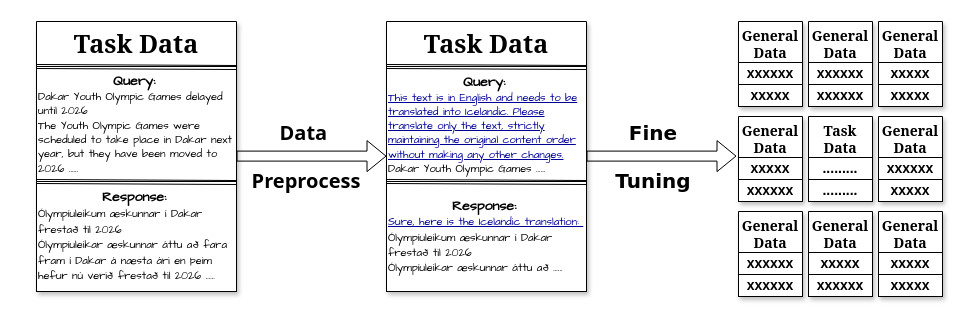
Above: Graphs/2.drawio in whenwedream/TELL (draw.io), before the change. Source tidied: cells renumbered, new cells numbered last; positions are measured from the earlier drawing's top-left corner, leaving out a move shared by most shapes. Both pictures are drawn from the tidied source at 100%, with x=0, y=0 at pixel (36, 21).
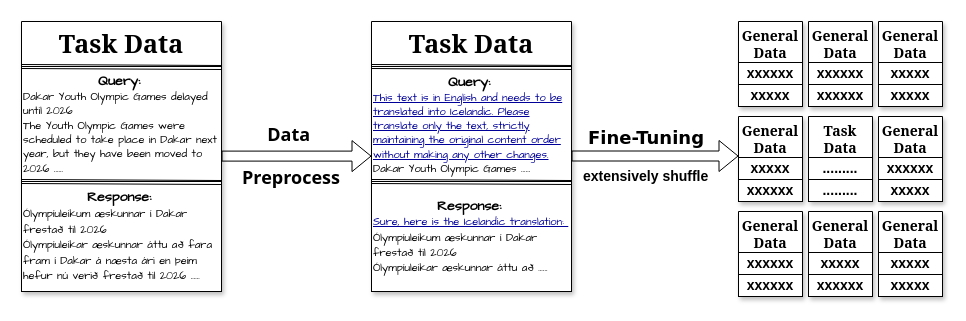
The same diagram, later.

What changed in the source:
```diff
@@
+    <mxCell id="11" value="&lt;b style=&quot;font-size: 18px;&quot;&gt;Fine-&lt;/b&gt;&lt;b style=&quot;font-size: 18px;&quot;&gt;Tuning&lt;/b&gt;" style="rounded=0;whiteSpace=wrap;html=1;strokeColor=none;fontFamily=Verdana;fontSize=18;" parent="1" vertex="1">
+      <mxGeometry x="545" y="106" width="130" height="20" as="geometry" />
+    </mxCell>
-    <mxCell id="2" value="&lt;font style=&quot;font-size: 20px;&quot;&gt;&lt;span style=&quot;font-size: 20px;&quot;&gt;Data&amp;nbsp;&lt;/span&gt;&lt;/font&gt;&lt;div style=&quot;font-size: 20px;&quot;&gt;&lt;font style=&quot;font-size: 20px;&quot;&gt;&lt;span style=&quot;font-size: 20px;&quot;&gt;&lt;br style=&quot;font-size: 20px;&quot;&gt;&lt;/span&gt;&lt;/font&gt;&lt;/div&gt;&lt;div style=&quot;font-size: 20px;&quot;&gt;&lt;font style=&quot;font-size: 20px;&quot;&gt;&lt;span style=&quot;font-size: 20px;&quot;&gt;Preprocess&lt;/span&gt;&lt;/font&gt;&lt;/div&gt;" style="rounded=0;whiteSpace=wrap;html=1;strokeColor=none;fontFamily=Tahoma;fontSize=20;fontStyle=1;" parent="1" vertex="1">
-      <mxGeometry x="210" y="130" width="120" height="10" as="geometry" />
+    <mxCell id="2" value="&lt;font style=&quot;font-size: 18px;&quot;&gt;&lt;span style=&quot;font-size: 18px;&quot;&gt;Data&amp;nbsp;&lt;/span&gt;&lt;/font&gt;&lt;div style=&quot;font-size: 18px;&quot;&gt;&lt;font style=&quot;font-size: 18px;&quot;&gt;&lt;span style=&quot;font-size: 18px;&quot;&gt;&lt;br style=&quot;font-size: 18px;&quot;&gt;&lt;/span&gt;&lt;/font&gt;&lt;/div&gt;&lt;div style=&quot;font-size: 18px;&quot;&gt;&lt;font style=&quot;font-size: 18px;&quot;&gt;&lt;span style=&quot;font-size: 18px;&quot;&gt;Preprocess&lt;/span&gt;&lt;/font&gt;&lt;/div&gt;" style="rounded=0;whiteSpace=wrap;html=1;strokeColor=none;fontFamily=Tahoma;fontSize=18;fontStyle=1;" parent="1" vertex="1">
+      <mxGeometry x="195" y="130" width="120" height="10" as="geometry" />
     </mxCell>
     <mxCell id="3" value="&lt;b style=&quot;font-size: 25px;&quot;&gt;&lt;font style=&quot;font-size: 25px; font-style: normal;&quot;&gt;Task Data&lt;/font&gt;&lt;/b&gt;" style="shape=note;size=0;whiteSpace=wrap;html=1;align=center;verticalAlign=top;fontSize=25;fontFamily=Georgia;shadow=1;fontStyle=2;strokeColor=#000000;strokeWidth=1;" parent="1" vertex="1">
-      <mxGeometry width="200" height="270" as="geometry" />
+      <mxGeometry x="-15" width="200" height="270" as="geometry" />
     </mxCell>
     <mxCell id="4" value="&lt;div style=&quot;text-align: center; font-size: 14px;&quot;&gt;&lt;span style=&quot;background-color: initial;&quot;&gt;&lt;b&gt;&lt;font style=&quot;font-size: 14px;&quot;&gt;Query&lt;/font&gt;:&amp;nbsp;&lt;/b&gt;&lt;/span&gt;&lt;/div&gt;&lt;div style=&quot;font-size: 11px; line-height: 130%;&quot;&gt;&lt;font style=&quot;font-size: 11px;&quot;&gt;Dakar Youth Olympic Games delayed until 2026&lt;/font&gt;&lt;/div&gt;&lt;div style=&quot;font-size: 11px; line-height: 130%;&quot;&gt;&lt;font style=&quot;font-size: 11px;&quot;&gt;The Youth Olympic Games were scheduled to take place in Dakar next year, but they have been moved to 2026 ......&lt;/font&gt;&lt;/div&gt;" style="whiteSpace=wrap;html=1;align=left;fontFamily=Comic Sans MS;textShadow=0;strokeColor=default;strokeWidth=1;verticalAlign=middle;" parent="1" vertex="1">
-      <mxGeometry y="45" width="200" height="115" as="geometry" />
+      <mxGeometry x="-15" y="45" width="200" height="115" as="geometry" />
     </mxCell>
     <mxCell id="5" value="&lt;div style=&quot;text-align: center;&quot;&gt;&lt;b style=&quot;font-size: 14px; font-family: &amp;quot;Comic Sans MS&amp;quot;; background-color: initial;&quot;&gt;Response:&amp;nbsp;&lt;/b&gt;&lt;/div&gt;&lt;div style=&quot;line-height: 130%;&quot;&gt;&lt;font face=&quot;Comic Sans MS&quot;&gt;&lt;span style=&quot;font-size: 11px;&quot;&gt;Ólympíuleikum æskunnar í Dakar frestað til 2026&lt;/span&gt;&lt;/font&gt;&lt;/div&gt;&lt;div style=&quot;line-height: 130%;&quot;&gt;&lt;font face=&quot;Comic Sans MS&quot;&gt;&lt;span style=&quot;font-size: 11px;&quot;&gt;Ólympíuleikar æskunnar áttu að fara fram í Dakar á næsta ári en þeim hefur nú verið frestað til 2026 ......&lt;/span&gt;&lt;/font&gt;&lt;br&gt;&lt;/div&gt;" style="whiteSpace=wrap;html=1;align=left;textShadow=0;" parent="1" vertex="1">
-      <mxGeometry y="160" width="200" height="110" as="geometry" />
+      <mxGeometry x="-15" y="160" width="200" height="110" as="geometry" />
     </mxCell>
     <mxCell id="6" style="shape=link;html=1;rounded=0;entryX=1;entryY=1;entryDx=0;entryDy=0;strokeColor=default;labelBackgroundColor=#000000;" parent="1" edge="1">
       <mxGeometry relative="1" as="geometry">
-        <mxPoint y="45" as="sourcePoint" />
-        <mxPoint x="200" y="46" as="targetPoint" />
+        <mxPoint x="-15" y="45" as="sourcePoint" />
+        <mxPoint x="185" y="46" as="targetPoint" />
       </mxGeometry>
     </mxCell>
     <mxCell id="7" style="shape=link;html=1;rounded=0;entryX=1;entryY=1;entryDx=0;entryDy=0;strokeColor=default;labelBackgroundColor=#000000;" parent="1" edge="1">
       <mxGeometry relative="1" as="geometry">
-        <mxPoint y="160" as="sourcePoint" />
-        <mxPoint x="200" y="161" as="targetPoint" />
+        <mxPoint x="-15" y="160" as="sourcePoint" />
+        <mxPoint x="185" y="161" as="targetPoint" />
       </mxGeometry>
     </mxCell>
     <mxCell id="8" value="&lt;b style=&quot;font-size: 25px;&quot;&gt;&lt;font style=&quot;font-size: 25px; font-style: normal;&quot;&gt;Task Data&lt;/font&gt;&lt;/b&gt;" style="shape=note;size=0;whiteSpace=wrap;html=1;align=center;verticalAlign=top;fontSize=25;fontFamily=Georgia;shadow=1;fontStyle=2;strokeColor=#000000;strokeWidth=1;" parent="1" vertex="1">
-      <mxGeometry x="350" width="200" height="270" as="geometry" />
+      <mxGeometry x="335" width="200" height="270" as="geometry" />
     </mxCell>
     <mxCell id="9" value="&lt;div style=&quot;text-align: center; font-size: 11px;&quot;&gt;&lt;span style=&quot;background-color: initial; font-size: 11px;&quot;&gt;&lt;b style=&quot;font-size: 14px;&quot;&gt;&lt;font style=&quot;font-size: 14px;&quot;&gt;&lt;font style=&quot;font-size: 14px;&quot;&gt;Query&lt;/font&gt;:&amp;nbsp;&lt;/font&gt;&lt;/b&gt;&lt;/span&gt;&lt;/div&gt;&lt;div style=&quot;font-size: 11px; line-height: 130%;&quot;&gt;&lt;font color=&quot;#000099&quot; style=&quot;font-size: 11px;&quot;&gt;&lt;span style=&quot;font-size: 11px;&quot;&gt;&lt;u&gt;This text is in English and needs to be translated into Icelandic. Please translate only the text, strictly maintaining the original content order without making any other changes.&lt;/u&gt;&lt;/span&gt;&lt;/font&gt;&lt;/div&gt;&lt;div style=&quot;font-size: 11px;&quot;&gt;&lt;font style=&quot;font-size: 11px;&quot;&gt;Dakar Youth Olympic Games ......&lt;/font&gt;&lt;br style=&quot;font-size: 11px;&quot;&gt;&lt;/div&gt;" style="whiteSpace=wrap;html=1;align=left;fontFamily=Comic Sans MS;textShadow=0;strokeColor=default;strokeWidth=1;verticalAlign=middle;fontSize=11;" parent="1" vertex="1">
-      <mxGeometry x="350" y="45" width="200" height="115" as="geometry" />
+      <mxGeometry x="335" y="45" width="200" height="115" as="geometry" />
     </mxCell>
     <mxCell id="10" value="&lt;div style=&quot;text-align: center;&quot;&gt;&lt;b style=&quot;font-size: 14px; font-family: &amp;quot;Comic Sans MS&amp;quot;; background-color: initial;&quot;&gt;Response:&amp;nbsp;&lt;/b&gt;&lt;/div&gt;&lt;div style=&quot;font-size: 11px; line-height: 130%;&quot;&gt;&lt;font color=&quot;#000099&quot; style=&quot;font-size: 11px;&quot; face=&quot;Comic Sans MS&quot;&gt;&lt;u style=&quot;&quot;&gt;Sure, here is the Icelandic translation:&amp;nbsp;&lt;/u&gt;&lt;/font&gt;&lt;div style=&quot;line-height: 130%;&quot;&gt;&lt;font style=&quot;font-size: 11px;&quot; face=&quot;Comic Sans MS&quot;&gt;Ólympíuleikum æskunnar í Dakar frestað til 2026&lt;/font&gt;&lt;/div&gt;&lt;div style=&quot;line-height: 130%;&quot;&gt;&lt;font style=&quot;font-size: 11px;&quot; face=&quot;Comic Sans MS&quot;&gt;Ólympíuleikar æskunnar áttu að ......&lt;/font&gt;&lt;br&gt;&lt;/div&gt;&lt;/div&gt;" style="whiteSpace=wrap;html=1;align=left;textShadow=0;" parent="1" vertex="1">
-      <mxGeometry x="350" y="160" width="200" height="110" as="geometry" />
+      <mxGeometry x="335" y="160" width="200" height="110" as="geometry" />
     </mxCell>
-    <mxCell id="11" value="&lt;b&gt;Fine&lt;/b&gt;&lt;div&gt;&lt;b&gt;&lt;br&gt;&lt;/b&gt;&lt;/div&gt;&lt;div&gt;&lt;b&gt;Tuning&lt;/b&gt;&lt;/div&gt;" style="rounded=0;whiteSpace=wrap;html=1;strokeColor=none;fontFamily=Verdana;fontSize=20;" parent="1" vertex="1">
-      <mxGeometry x="557" y="130" width="120" height="10" as="geometry" />
-    </mxCell>
-    <mxCell id="12" style="edgeStyle=orthogonalEdgeStyle;rounded=0;orthogonalLoop=1;jettySize=auto;html=1;shape=flexArrow;" parent="1" edge="1">
-      <mxGeometry relative="1" as="geometry">
-        <mxPoint x="550" y="134.6" as="sourcePoint" />
-        <mxPoint x="700" y="134.6" as="targetPoint" />
-      </mxGeometry>
-    </mxCell>
     <mxCell id="13" style="edgeStyle=orthogonalEdgeStyle;rounded=0;orthogonalLoop=1;jettySize=auto;html=1;shape=flexArrow;" parent="1" edge="1">
       <mxGeometry relative="1" as="geometry">
-        <mxPoint x="200" y="134.6" as="sourcePoint" />
-        <mxPoint x="350" y="134.6" as="targetPoint" />
+        <mxPoint x="185" y="134.6" as="sourcePoint" />
+        <mxPoint x="335" y="134.6" as="targetPoint" />
       </mxGeometry>
     </mxCell>
@@
     <mxCell id="29" style="shape=link;html=1;rounded=0;entryX=1;entryY=1;entryDx=0;entryDy=0;strokeColor=default;labelBackgroundColor=#000000;" parent="1" edge="1">
       <mxGeometry relative="1" as="geometry">
-        <mxPoint x="350" y="45" as="sourcePoint" />
-        <mxPoint x="550" y="46" as="targetPoint" />
+        <mxPoint x="335" y="45" as="sourcePoint" />
+        <mxPoint x="535" y="46" as="targetPoint" />
       </mxGeometry>
     </mxCell>
     <mxCell id="30" style="shape=link;html=1;rounded=0;entryX=1;entryY=1;entryDx=0;entryDy=0;strokeColor=default;labelBackgroundColor=#000000;" parent="1" edge="1">
       <mxGeometry relative="1" as="geometry">
-        <mxPoint x="350" y="160" as="sourcePoint" />
-        <mxPoint x="550" y="161" as="targetPoint" />
+        <mxPoint x="335" y="160" as="sourcePoint" />
+        <mxPoint x="535" y="161" as="targetPoint" />
       </mxGeometry>
     </mxCell>
@@
+    <mxCell id="43" value="&lt;div style=&quot;font-size: 14px;&quot;&gt;&lt;b style=&quot;font-size: 14px;&quot;&gt;&lt;font style=&quot;font-size: 14px;&quot;&gt;&lt;br style=&quot;font-size: 14px;&quot;&gt;&lt;/font&gt;&lt;/b&gt;&lt;/div&gt;&lt;b style=&quot;font-size: 14px;&quot;&gt;&lt;font style=&quot;font-size: 14px;&quot;&gt;extensively shuffle&lt;/font&gt;&lt;/b&gt;" style="text;whiteSpace=wrap;html=1;fontSize=14;fontFamily=Helvetica;" parent="1" vertex="1">
+      <mxGeometry x="545" y="123" width="130" height="48" as="geometry" />
+    </mxCell>
+    <mxCell id="44" style="edgeStyle=orthogonalEdgeStyle;rounded=0;orthogonalLoop=1;jettySize=auto;html=1;shape=flexArrow;" parent="1" edge="1">
+      <mxGeometry relative="1" as="geometry">
+        <mxPoint x="535" y="134.5" as="sourcePoint" />
+        <mxPoint x="702" y="134.5" as="targetPoint" />
+      </mxGeometry>
+    </mxCell>
```
